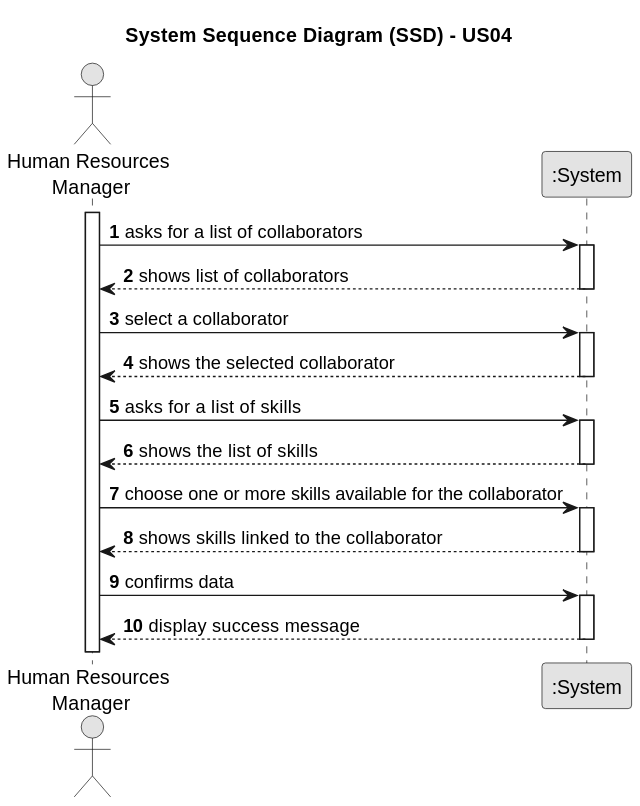
Earlier version of the PlantUML export docs/sprintA/us04/01.requirements-engineering/svg/us04-system-sequence-diagram.svg (Paulo-Pereira-at-ISEP/lei-24-s2-1nanb-g321).
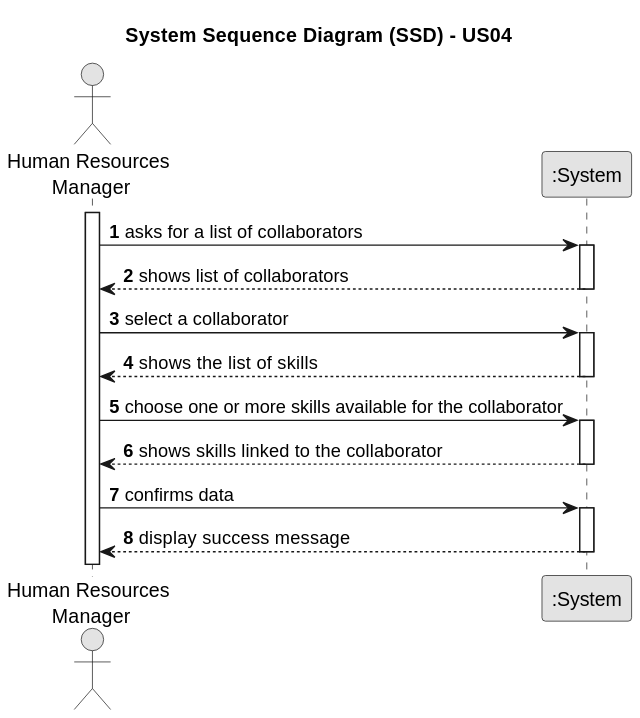
The same diagram one commit later.

Diff of the diagram source:
```diff
@@ -19,14 +19,9 @@
            Employee -> System : select a collaborator
                       activate System
 
-                          System --> Employee : shows the selected collaborator
+                          System --> Employee : shows the list of skills
                       deactivate System
 
-        Employee -> System : asks for a list of skills
-            activate System
-
-        System --> Employee : shows the list of skills
-       deactivate System
 
    Employee -> System : choose one or more skills available for the collaborator
        activate System
```
